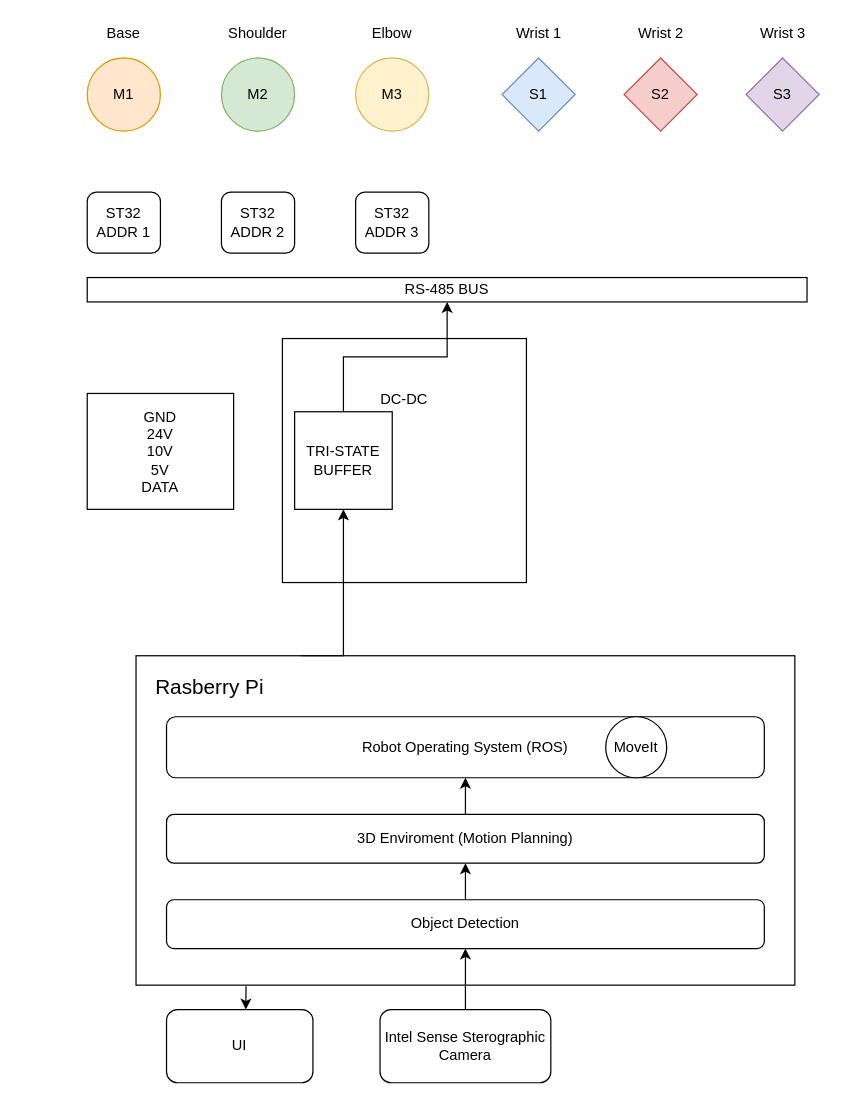
Earlier version of the draw.io diagram Diagrams/SystemTopography.drawio (darisoy/RobotArm). Source tidied: cells renumbered, new cells numbered last; positions are measured from the earlier drawing's top-left corner, leaving out a move shared by most shapes. Both pictures are drawn from the tidied source at 122%, with x=0, y=0 at pixel (87, 21).
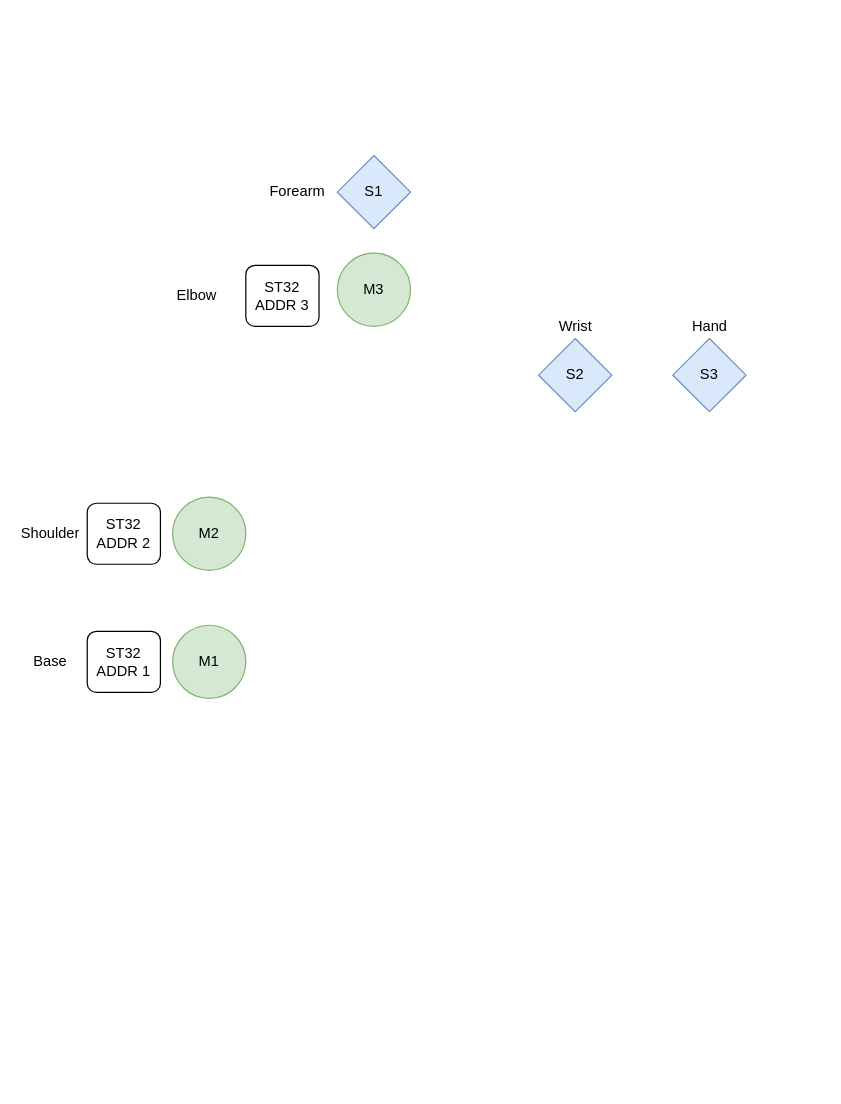
The same diagram, later.

The edit, as a diff of the source:
```diff
@@
-    <mxCell id="2" value="M1" style="ellipse;whiteSpace=wrap;html=1;fillColor=#ffe6cc;strokeColor=#d79b00;" parent="1" vertex="1">
-      <mxGeometry y="30" width="60" height="60" as="geometry" />
+    <mxCell id="2" value="M1" style="ellipse;whiteSpace=wrap;html=1;fillColor=#d5e8d4;strokeColor=#82b366;" parent="1" vertex="1">
+      <mxGeometry x="70" y="495" width="60" height="60" as="geometry" />
     </mxCell>
     <mxCell id="3" value="M2" style="ellipse;whiteSpace=wrap;html=1;fillColor=#d5e8d4;strokeColor=#82b366;" parent="1" vertex="1">
-      <mxGeometry x="110" y="30" width="60" height="60" as="geometry" />
+      <mxGeometry x="70" y="390" width="60" height="60" as="geometry" />
     </mxCell>
-    <mxCell id="4" value="M3" style="ellipse;whiteSpace=wrap;html=1;fillColor=#fff2cc;strokeColor=#d6b656;" parent="1" vertex="1">
-      <mxGeometry x="220" y="30" width="60" height="60" as="geometry" />
+    <mxCell id="4" value="M3" style="ellipse;whiteSpace=wrap;html=1;fillColor=#d5e8d4;strokeColor=#82b366;" parent="1" vertex="1">
+      <mxGeometry x="205" y="190" width="60" height="60" as="geometry" />
     </mxCell>
     <mxCell id="5" value="S1" style="rhombus;whiteSpace=wrap;html=1;fillColor=#dae8fc;strokeColor=#6c8ebf;" parent="1" vertex="1">
-      <mxGeometry x="340" y="30" width="60" height="60" as="geometry" />
+      <mxGeometry x="205" y="110" width="60" height="60" as="geometry" />
     </mxCell>
-    <mxCell id="6" value="S2" style="rhombus;whiteSpace=wrap;html=1;fillColor=#f8cecc;strokeColor=#b85450;" parent="1" vertex="1">
-      <mxGeometry x="440" y="30" width="60" height="60" as="geometry" />
+    <mxCell id="6" value="S2" style="rhombus;whiteSpace=wrap;html=1;fillColor=#dae8fc;strokeColor=#6c8ebf;" parent="1" vertex="1">
+      <mxGeometry x="370" y="260" width="60" height="60" as="geometry" />
     </mxCell>
-    <mxCell id="7" value="S3" style="rhombus;whiteSpace=wrap;html=1;fillColor=#e1d5e7;strokeColor=#9673a6;" parent="1" vertex="1">
-      <mxGeometry x="540" y="30" width="60" height="60" as="geometry" />
+    <mxCell id="7" value="S3" style="rhombus;whiteSpace=wrap;html=1;fillColor=#dae8fc;strokeColor=#6c8ebf;" parent="1" vertex="1">
+      <mxGeometry x="480" y="260" width="60" height="60" as="geometry" />
     </mxCell>
-    <mxCell id="8" value="RS-485 BUS" style="rounded=0;whiteSpace=wrap;html=1;" parent="1" vertex="1">
-      <mxGeometry y="210" width="590" height="20" as="geometry" />
-    </mxCell>
     <mxCell id="9" value="ST32&lt;br&gt;ADDR 1" style="rounded=1;whiteSpace=wrap;html=1;" parent="1" vertex="1">
-      <mxGeometry y="140" width="60" height="50" as="geometry" />
+      <mxGeometry y="500" width="60" height="50" as="geometry" />
     </mxCell>
     <mxCell id="10" value="ST32&lt;br&gt;ADDR 2" style="rounded=1;whiteSpace=wrap;html=1;" parent="1" vertex="1">
-      <mxGeometry x="110" y="140" width="60" height="50" as="geometry" />
+      <mxGeometry y="395" width="60" height="50" as="geometry" />
     </mxCell>
     <mxCell id="11" value="ST32&lt;br&gt;ADDR 3" style="rounded=1;whiteSpace=wrap;html=1;" parent="1" vertex="1">
-      <mxGeometry x="220" y="140" width="60" height="50" as="geometry" />
+      <mxGeometry x="130" y="200" width="60" height="50" as="geometry" />
     </mxCell>
-    <mxCell id="12" value="&lt;font style=&quot;font-size: 17px&quot;&gt;&amp;nbsp; &amp;nbsp;Rasberry Pi&lt;br&gt;&lt;/font&gt;&lt;br&gt;&lt;br&gt;&lt;br&gt;&lt;br&gt;&lt;br&gt;&lt;br&gt;&lt;br&gt;&lt;br&gt;&lt;br&gt;&lt;br&gt;&lt;br&gt;&lt;br&gt;&lt;br&gt;&lt;br&gt;&lt;br&gt;" style="rounded=0;whiteSpace=wrap;html=1;align=left;" parent="1" vertex="1">
-      <mxGeometry x="40" y="520" width="540" height="270" as="geometry" />
-    </mxCell>
-    <mxCell id="13" value="Robot Operating System (ROS)" style="rounded=1;whiteSpace=wrap;html=1;" parent="1" vertex="1">
-      <mxGeometry x="65" y="570" width="490" height="50" as="geometry" />
-    </mxCell>
-    <mxCell id="14" style="edgeStyle=orthogonalEdgeStyle;rounded=0;jettySize=auto;html=1;exitX=0.5;exitY=0;exitDx=0;exitDy=0;entryX=0.5;entryY=1;entryDx=0;entryDy=0;" parent="1" edge="1" source="15" target="17">
-      <mxGeometry relative="1" as="geometry" />
-    </mxCell>
-    <mxCell id="15" value="Object Detection" style="rounded=1;whiteSpace=wrap;html=1;" parent="1" vertex="1">
-      <mxGeometry x="65" y="720" width="490" height="40" as="geometry" />
-    </mxCell>
-    <mxCell id="16" style="edgeStyle=orthogonalEdgeStyle;rounded=0;jettySize=auto;html=1;exitX=0.5;exitY=0;exitDx=0;exitDy=0;entryX=0.5;entryY=1;entryDx=0;entryDy=0;" parent="1" edge="1" source="17" target="13">
-      <mxGeometry relative="1" as="geometry" />
-    </mxCell>
-    <mxCell id="17" value="3D Enviroment (Motion Planning)" style="rounded=1;whiteSpace=wrap;html=1;" parent="1" vertex="1">
-      <mxGeometry x="65" y="650" width="490" height="40" as="geometry" />
-    </mxCell>
-    <mxCell id="18" style="edgeStyle=orthogonalEdgeStyle;rounded=0;jettySize=auto;html=1;exitX=0.5;exitY=0;exitDx=0;exitDy=0;" parent="1" edge="1" source="19" target="15">
-      <mxGeometry relative="1" as="geometry" />
-    </mxCell>
-    <mxCell id="19" value="Intel Sense Sterographic Camera" style="rounded=1;whiteSpace=wrap;html=1;" parent="1" vertex="1">
-      <mxGeometry x="240" y="810" width="140" height="60" as="geometry" />
-    </mxCell>
-    <mxCell id="20" value="MoveIt" style="ellipse;whiteSpace=wrap;html=1;" parent="1" vertex="1">
-      <mxGeometry x="425" y="570" width="50" height="50" as="geometry" />
-    </mxCell>
-    <mxCell id="21" style="edgeStyle=orthogonalEdgeStyle;rounded=0;orthogonalLoop=1;jettySize=auto;html=1;exitX=0.5;exitY=1;exitDx=0;exitDy=0;" parent="1" edge="1" source="13" target="13">
-      <mxGeometry relative="1" as="geometry" />
-    </mxCell>
-    <mxCell id="22" value="UI" style="rounded=1;whiteSpace=wrap;html=1;" parent="1" vertex="1">
-      <mxGeometry x="65" y="810" width="120" height="60" as="geometry" />
-    </mxCell>
-    <mxCell id="23" value="DC-DC&lt;br&gt;&lt;br&gt;&lt;br&gt;&lt;br&gt;&lt;br&gt;&lt;br&gt;&lt;br&gt;&lt;br&gt;" style="whiteSpace=wrap;html=1;" parent="1" vertex="1">
-      <mxGeometry x="160" y="260" width="200" height="200" as="geometry" />
-    </mxCell>
-    <mxCell id="24" style="edgeStyle=orthogonalEdgeStyle;rounded=0;jettySize=auto;html=1;exitX=0.5;exitY=0;exitDx=0;exitDy=0;entryX=0.5;entryY=1;entryDx=0;entryDy=0;" parent="1" edge="1" source="25" target="8">
-      <mxGeometry relative="1" as="geometry" />
-    </mxCell>
-    <mxCell id="25" value="TRI-STATE BUFFER" style="whiteSpace=wrap;html=1;" parent="1" vertex="1">
-      <mxGeometry x="170" y="320" width="80" height="80" as="geometry" />
-    </mxCell>
-    <mxCell id="26" style="edgeStyle=orthogonalEdgeStyle;rounded=0;jettySize=auto;html=1;exitX=0.25;exitY=0;exitDx=0;exitDy=0;entryX=0.5;entryY=1;entryDx=0;entryDy=0;" parent="1" edge="1" source="12" target="25">
-      <mxGeometry relative="1" as="geometry">
-        <Array as="points">
-          <mxPoint x="210" y="520" />
-        </Array>
-      </mxGeometry>
-    </mxCell>
-    <mxCell id="27" value="GND&lt;br&gt;24V&lt;br&gt;10V&lt;br&gt;5V&lt;br&gt;DATA" style="rounded=0;whiteSpace=wrap;html=1;" parent="1" vertex="1">
-      <mxGeometry y="305" width="120" height="95" as="geometry" />
-    </mxCell>
     <mxCell id="28" value="Base" style="text;html=1;strokeColor=none;fillColor=none;align=center;verticalAlign=middle;whiteSpace=wrap;rounded=0;" parent="1" vertex="1">
-      <mxGeometry x="10" width="40" height="20" as="geometry" />
+      <mxGeometry x="-50" y="515" width="40" height="20" as="geometry" />
     </mxCell>
     <mxCell id="29" value="Shoulder" style="text;html=1;strokeColor=none;fillColor=none;align=center;verticalAlign=middle;whiteSpace=wrap;rounded=0;" parent="1" vertex="1">
-      <mxGeometry x="120" width="40" height="20" as="geometry" />
+      <mxGeometry x="-50" y="410" width="40" height="20" as="geometry" />
     </mxCell>
     <mxCell id="30" value="Elbow" style="text;html=1;strokeColor=none;fillColor=none;align=center;verticalAlign=middle;whiteSpace=wrap;rounded=0;" parent="1" vertex="1">
-      <mxGeometry x="230" width="40" height="20" as="geometry" />
+      <mxGeometry x="70" y="215" width="40" height="20" as="geometry" />
     </mxCell>
-    <mxCell id="31" value="Wrist 1" style="text;html=1;strokeColor=none;fillColor=none;align=center;verticalAlign=middle;whiteSpace=wrap;rounded=0;" parent="1" vertex="1">
-      <mxGeometry x="347.5" width="45" height="20" as="geometry" />
+    <mxCell id="31" value="Forearm" style="text;html=1;strokeColor=none;fillColor=none;align=center;verticalAlign=middle;whiteSpace=wrap;rounded=0;" parent="1" vertex="1">
+      <mxGeometry x="150" y="130" width="45" height="20" as="geometry" />
     </mxCell>
-    <mxCell id="32" value="Wrist 2" style="text;html=1;strokeColor=none;fillColor=none;align=center;verticalAlign=middle;whiteSpace=wrap;rounded=0;" parent="1" vertex="1">
-      <mxGeometry x="447.5" width="45" height="20" as="geometry" />
+    <mxCell id="32" value="Wrist" style="text;html=1;strokeColor=none;fillColor=none;align=center;verticalAlign=middle;whiteSpace=wrap;rounded=0;" parent="1" vertex="1">
+      <mxGeometry x="377.5" y="240" width="45" height="20" as="geometry" />
     </mxCell>
-    <mxCell id="33" value="Wrist 3" style="text;html=1;strokeColor=none;fillColor=none;align=center;verticalAlign=middle;whiteSpace=wrap;rounded=0;" parent="1" vertex="1">
-      <mxGeometry x="547.5" width="45" height="20" as="geometry" />
+    <mxCell id="33" value="Hand" style="text;html=1;strokeColor=none;fillColor=none;align=center;verticalAlign=middle;whiteSpace=wrap;rounded=0;" parent="1" vertex="1">
+      <mxGeometry x="487.5" y="240" width="45" height="20" as="geometry" />
     </mxCell>
-    <mxCell id="34" style="endArrow=classic;html=1;exitX=0.167;exitY=1.003;exitDx=0;exitDy=0;exitPerimeter=0;" parent="1" edge="1" source="12">
-      <mxGeometry relative="1" as="geometry">
-        <mxPoint x="130" y="810" as="targetPoint" />
-      </mxGeometry>
-    </mxCell>
```
